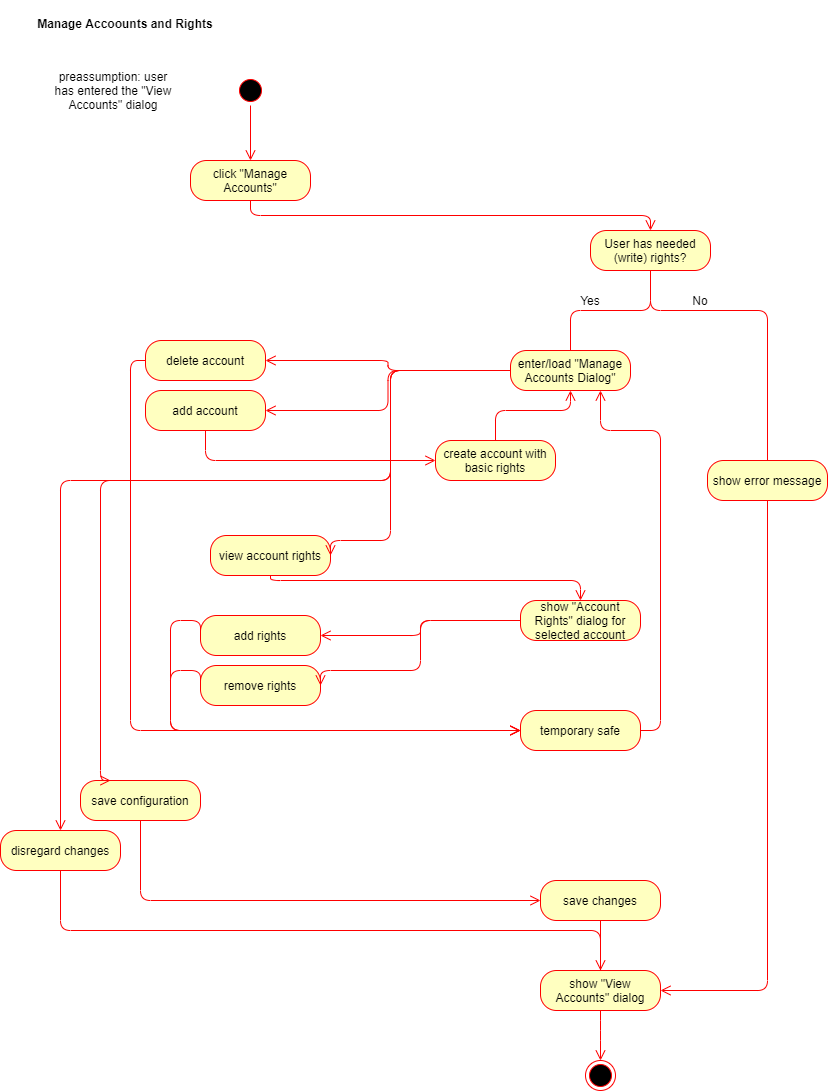
The draw.io diagram ManageAccountsAndRights_ActivityDiagram.png in mymanu/Camera-Observation-Tool-Documentation, before a commit. Source tidied: cells renumbered, new cells last; positions are measured from the earlier drawing's top-left corner, leaving out a move shared by most shapes.
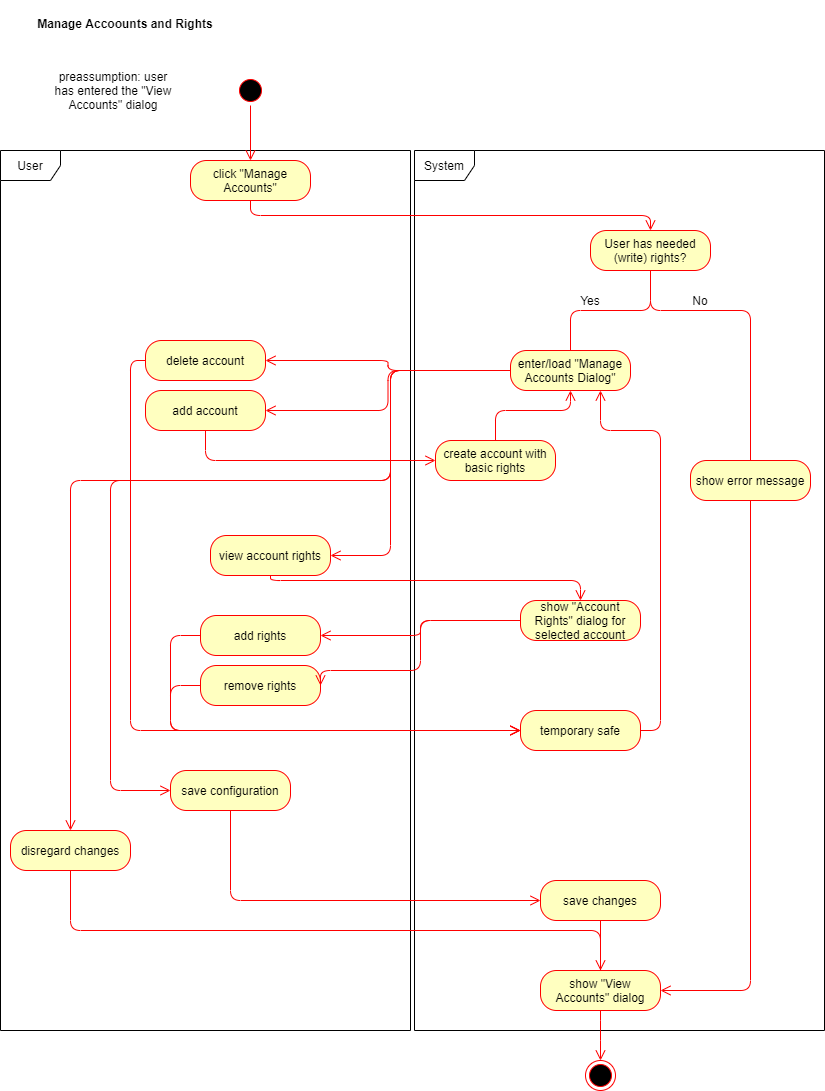
The same diagram one commit later.

Change to the diagram source:
```diff
@@ -2,6 +2,12 @@
   <root>
     <mxCell id="0" />
     <mxCell id="1" parent="0" />
+    <mxCell id="47" value="User" style="shape=umlFrame;whiteSpace=wrap;html=1;" parent="1" vertex="1">
+      <mxGeometry y="150" width="410" height="880" as="geometry" />
+    </mxCell>
+    <mxCell id="48" value="System" style="shape=umlFrame;whiteSpace=wrap;html=1;" parent="1" vertex="1">
+      <mxGeometry x="414" y="150" width="410" height="880" as="geometry" />
+    </mxCell>
     <mxCell id="2" value="Yes" style="text;html=1;strokeColor=none;fillColor=none;align=center;verticalAlign=middle;whiteSpace=wrap;rounded=0;" parent="1" vertex="1">
       <mxGeometry x="570" y="290" width="40" height="20" as="geometry" />
     </mxCell>
@@ -32,7 +38,7 @@
     <mxCell id="11" style="endArrow=none;html=1;edgeStyle=orthogonalEdgeStyle;strokeColor=#FF0000;entryX=0.5;entryY=1;entryDx=0;entryDy=0;exitX=0.5;exitY=0;exitDx=0;exitDy=0;" parent="1" edge="1" source="14" target="5">
       <mxGeometry relative="1" as="geometry">
         <Array as="points">
-          <mxPoint x="767" y="310" />
+          <mxPoint x="750" y="310" />
           <mxPoint x="650" y="310" />
         </Array>
       </mxGeometry>
@@ -44,7 +50,7 @@
       <mxGeometry relative="1" as="geometry" />
     </mxCell>
     <mxCell id="14" value="show error message" style="rounded=1;whiteSpace=wrap;html=1;arcSize=40;fontColor=#000000;fillColor=#ffffc0;strokeColor=#ff0000;" parent="1" vertex="1">
-      <mxGeometry x="707" y="460" width="120" height="40" as="geometry" />
+      <mxGeometry x="690" y="460" width="120" height="40" as="geometry" />
     </mxCell>
     <mxCell id="15" value="enter/load &quot;Manage Accounts Dialog&quot;" style="rounded=1;whiteSpace=wrap;html=1;arcSize=40;fontColor=#000000;fillColor=#ffffc0;strokeColor=#ff0000;" parent="1" vertex="1">
       <mxGeometry x="510" y="350" width="120" height="40" as="geometry" />
@@ -62,7 +68,7 @@
       <mxGeometry x="200" y="665" width="120" height="40" as="geometry" />
     </mxCell>
     <mxCell id="20" value="save configuration" style="rounded=1;whiteSpace=wrap;html=1;arcSize=40;fontColor=#000000;fillColor=#ffffc0;strokeColor=#ff0000;" parent="1" vertex="1">
-      <mxGeometry x="80" y="780" width="120" height="40" as="geometry" />
+      <mxGeometry x="170" y="770" width="120" height="40" as="geometry" />
     </mxCell>
     <mxCell id="21" value="view account rights" style="rounded=1;whiteSpace=wrap;html=1;arcSize=40;fontColor=#000000;fillColor=#ffffc0;strokeColor=#ff0000;" parent="1" vertex="1">
       <mxGeometry x="210" y="535" width="120" height="40" as="geometry" />
@@ -80,7 +86,7 @@
       <mxGeometry relative="1" as="geometry">
         <Array as="points">
           <mxPoint x="390" y="370" />
-          <mxPoint x="390" y="540" />
+          <mxPoint x="390" y="555" />
         </Array>
       </mxGeometry>
     </mxCell>
@@ -124,7 +130,7 @@
     <mxCell id="32" style="edgeStyle=orthogonalEdgeStyle;html=1;verticalAlign=bottom;endArrow=open;endSize=8;strokeColor=#ff0000;exitX=0;exitY=0.5;exitDx=0;exitDy=0;entryX=0;entryY=0.5;entryDx=0;entryDy=0;" parent="1" edge="1" source="18" target="33">
       <mxGeometry relative="1" as="geometry">
         <Array as="points">
-          <mxPoint x="170" y="620" />
+          <mxPoint x="170" y="635" />
           <mxPoint x="170" y="730" />
         </Array>
       </mxGeometry>
@@ -147,25 +153,25 @@
     <mxCell id="36" style="edgeStyle=orthogonalEdgeStyle;html=1;verticalAlign=bottom;endArrow=open;endSize=8;strokeColor=#ff0000;exitX=0;exitY=0.5;exitDx=0;exitDy=0;entryX=0;entryY=0.5;entryDx=0;entryDy=0;" parent="1" edge="1" source="19" target="33">
       <mxGeometry relative="1" as="geometry">
         <Array as="points">
-          <mxPoint x="170" y="670" />
+          <mxPoint x="170" y="685" />
           <mxPoint x="170" y="730" />
         </Array>
       </mxGeometry>
     </mxCell>
-    <mxCell id="37" style="edgeStyle=orthogonalEdgeStyle;html=1;verticalAlign=bottom;endArrow=open;endSize=8;strokeColor=#ff0000;exitX=0;exitY=0.5;exitDx=0;exitDy=0;entryX=0.25;entryY=0;entryDx=0;entryDy=0;" parent="1" edge="1" source="15" target="20">
+    <mxCell id="37" style="edgeStyle=orthogonalEdgeStyle;html=1;verticalAlign=bottom;endArrow=open;endSize=8;strokeColor=#ff0000;exitX=0;exitY=0.5;exitDx=0;exitDy=0;entryX=0;entryY=0.5;entryDx=0;entryDy=0;" parent="1" edge="1" source="15" target="20">
       <mxGeometry relative="1" as="geometry">
         <Array as="points">
           <mxPoint x="390" y="370" />
           <mxPoint x="390" y="480" />
-          <mxPoint x="100" y="480" />
-          <mxPoint x="100" y="780" />
+          <mxPoint x="110" y="480" />
+          <mxPoint x="110" y="790" />
         </Array>
       </mxGeometry>
     </mxCell>
     <mxCell id="38" style="edgeStyle=orthogonalEdgeStyle;html=1;verticalAlign=bottom;endArrow=open;endSize=8;strokeColor=#ff0000;exitX=0.5;exitY=1;exitDx=0;exitDy=0;entryX=0;entryY=0.5;entryDx=0;entryDy=0;" parent="1" edge="1" source="20" target="35">
       <mxGeometry relative="1" as="geometry">
         <Array as="points">
-          <mxPoint x="140" y="900" />
+          <mxPoint x="230" y="900" />
         </Array>
       </mxGeometry>
     </mxCell>
@@ -188,21 +194,21 @@
       <mxGeometry x="540" y="970" width="120" height="40" as="geometry" />
     </mxCell>
     <mxCell id="42" value="disregard changes" style="rounded=1;whiteSpace=wrap;html=1;arcSize=40;fontColor=#000000;fillColor=#ffffc0;strokeColor=#ff0000;" parent="1" vertex="1">
-      <mxGeometry y="830" width="120" height="40" as="geometry" />
+      <mxGeometry x="10" y="830" width="120" height="40" as="geometry" />
     </mxCell>
     <mxCell id="43" style="edgeStyle=orthogonalEdgeStyle;html=1;verticalAlign=bottom;endArrow=open;endSize=8;strokeColor=#ff0000;exitX=0;exitY=0.5;exitDx=0;exitDy=0;entryX=0.5;entryY=0;entryDx=0;entryDy=0;" parent="1" edge="1" source="15" target="42">
       <mxGeometry relative="1" as="geometry">
         <Array as="points">
           <mxPoint x="390" y="370" />
           <mxPoint x="390" y="480" />
-          <mxPoint x="60" y="480" />
+          <mxPoint x="70" y="480" />
         </Array>
       </mxGeometry>
     </mxCell>
     <mxCell id="44" style="edgeStyle=orthogonalEdgeStyle;html=1;verticalAlign=bottom;endArrow=open;endSize=8;strokeColor=#ff0000;exitX=0.5;exitY=1;exitDx=0;exitDy=0;entryX=0.5;entryY=0;entryDx=0;entryDy=0;" parent="1" edge="1" source="42" target="41">
       <mxGeometry relative="1" as="geometry">
         <Array as="points">
-          <mxPoint x="60" y="930" />
+          <mxPoint x="70" y="930" />
           <mxPoint x="600" y="930" />
         </Array>
       </mxGeometry>
@@ -218,7 +224,7 @@
     <mxCell id="46" style="edgeStyle=orthogonalEdgeStyle;html=1;verticalAlign=bottom;endArrow=open;endSize=8;strokeColor=#ff0000;exitX=0.5;exitY=1;exitDx=0;exitDy=0;entryX=1;entryY=0.5;entryDx=0;entryDy=0;" parent="1" edge="1" source="14" target="41">
       <mxGeometry relative="1" as="geometry">
         <Array as="points">
-          <mxPoint x="767" y="990" />
+          <mxPoint x="750" y="990" />
         </Array>
       </mxGeometry>
     </mxCell>
```
